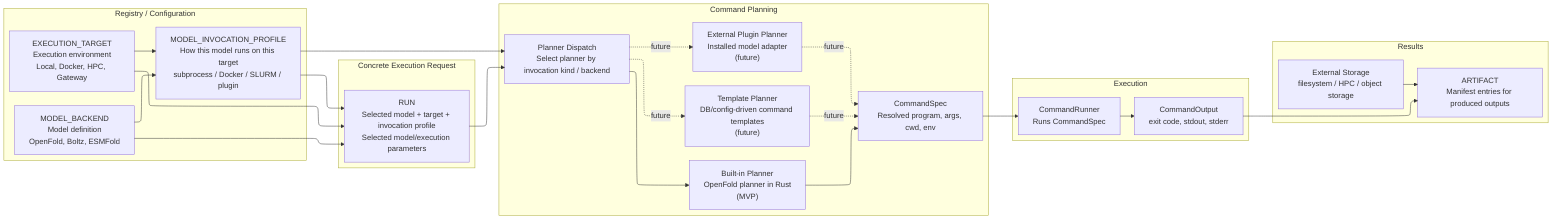
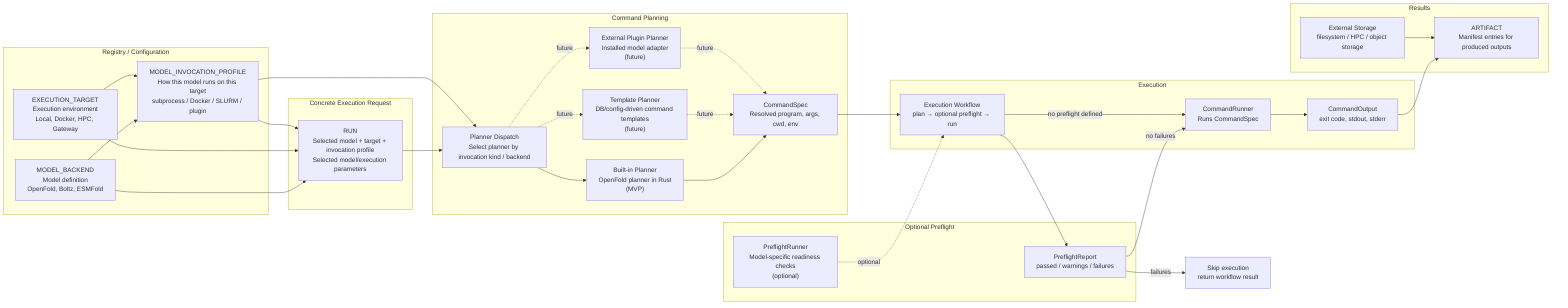
---
config:
-   layout: elk
  theme: default
---
flowchart LR
    subgraph Registry["Registry / Configuration"]
        MB["MODEL_BACKEND<br/>Model definition<br/>OpenFold, Boltz, ESMFold"]
        ET["EXECUTION_TARGET<br/>Execution environment<br/>Local, Docker, HPC, Gateway"]
        MIP["MODEL_INVOCATION_PROFILE<br/>How this model runs on this target<br/>subprocess / Docker / SLURM / plugin"]
    end

    subgraph Request["Concrete Execution Request"]
        RUN["RUN<br/>Selected model + target + invocation profile<br/>Selected model/execution parameters"]
    end

    subgraph Planning["Command Planning"]
        DISPATCH["Planner Dispatch<br/>Select planner by invocation kind / backend"]
        BUILTIN["Built-in Planner<br/>OpenFold planner in Rust<br/>(MVP)"]
        TEMPLATE["Template Planner<br/>DB/config-driven command templates<br/>(future)"]
        PLUGIN["External Plugin Planner<br/>Installed model adapter<br/>(future)"]
        SPEC["CommandSpec<br/>Resolved program, args, cwd, env"]
    end

+     subgraph Preflight["Optional Preflight"]
+         PFRUNNER["PreflightRunner<br/>Model-specific readiness checks<br/>(optional)"]
+         PFREPORT["PreflightReport<br/>passed / warnings / failures"]
+     end
+ 
    subgraph Execution["Execution"]
+         WORKFLOW["Execution Workflow<br/>plan → optional preflight → run"]
        RUNNER["CommandRunner<br/>Runs CommandSpec"]
        OUTPUT["CommandOutput<br/>exit code, stdout, stderr"]
    end

    subgraph Results["Results"]
        ARTIFACT["ARTIFACT<br/>Manifest entries for produced outputs"]
        STORAGE["External Storage<br/>filesystem / HPC / object storage"]
    end

    MB --> MIP
    ET --> MIP
    MB --> RUN
    ET --> RUN
    MIP --> RUN

    RUN --> DISPATCH
    MIP --> DISPATCH

    DISPATCH --> BUILTIN
    DISPATCH -. future .-> TEMPLATE
    DISPATCH -. future .-> PLUGIN

    BUILTIN --> SPEC
    TEMPLATE -. future .-> SPEC
    PLUGIN -. future .-> SPEC

-     SPEC --> RUNNER
+     SPEC --> WORKFLOW
+     PFRUNNER -. optional .-> WORKFLOW
+     WORKFLOW --> PFREPORT
+     PFREPORT -->|no failures| RUNNER
+     PFREPORT -->|failures| SKIP["Skip execution<br/>return workflow result"]
+     WORKFLOW -->|no preflight defined| RUNNER
+ 
    RUNNER --> OUTPUT
    OUTPUT --> ARTIFACT
    STORAGE --> ARTIFACT